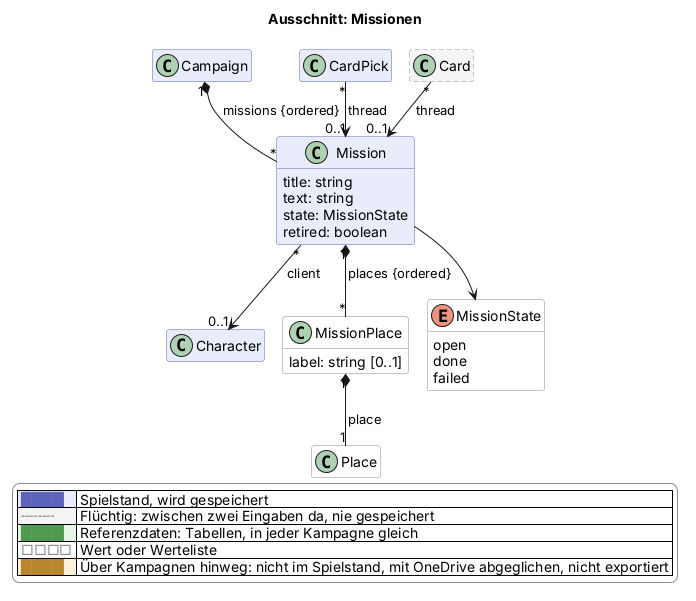
Earlier version of the PlantUML export docs/views/mission.png (scuzzar/SRE).
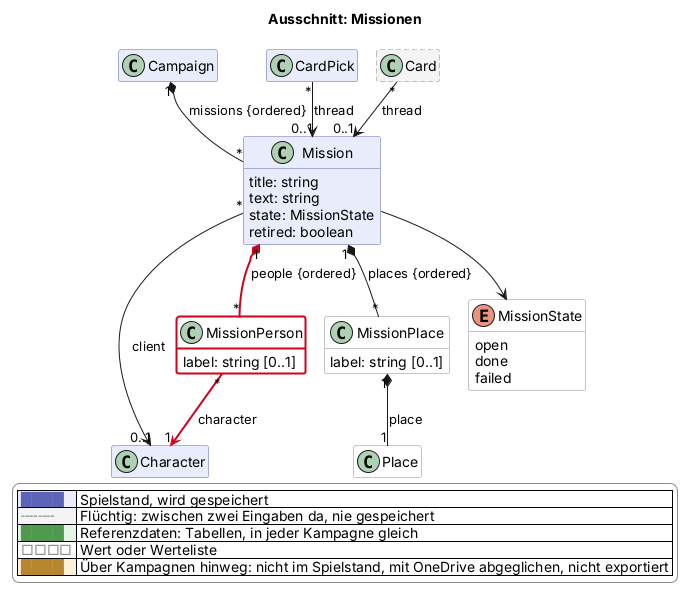
The same file after the commit.

Commit message:
Domänenmodell: Beteiligte einer Mission (wartet auf Freigabe)

Diff of the diagram source:
```diff
@@ -81,6 +81,9 @@
     state: MissionState
     retired: boolean
   }
+  class MissionPerson <<value>> $mission $newClass("2026-11-18b") {
+    label: string [0..1]
+  }
   class MissionPlace <<value>> $mission {
     label: string [0..1]
   }
@@ -104,6 +107,8 @@
 Mission "*" --> "0..1" Character : client
 Mission "1" *-- "*" MissionPlace : places {ordered}
 MissionPlace "1" *-- "1" Place : place
+Mission "1" *-$newArrow("2026-11-18b")- "*" MissionPerson : people {ordered}
+MissionPerson "*" -$newArrow("2026-11-18b")-> "1" Character : character
 Mission --> MissionState
 
 
```
